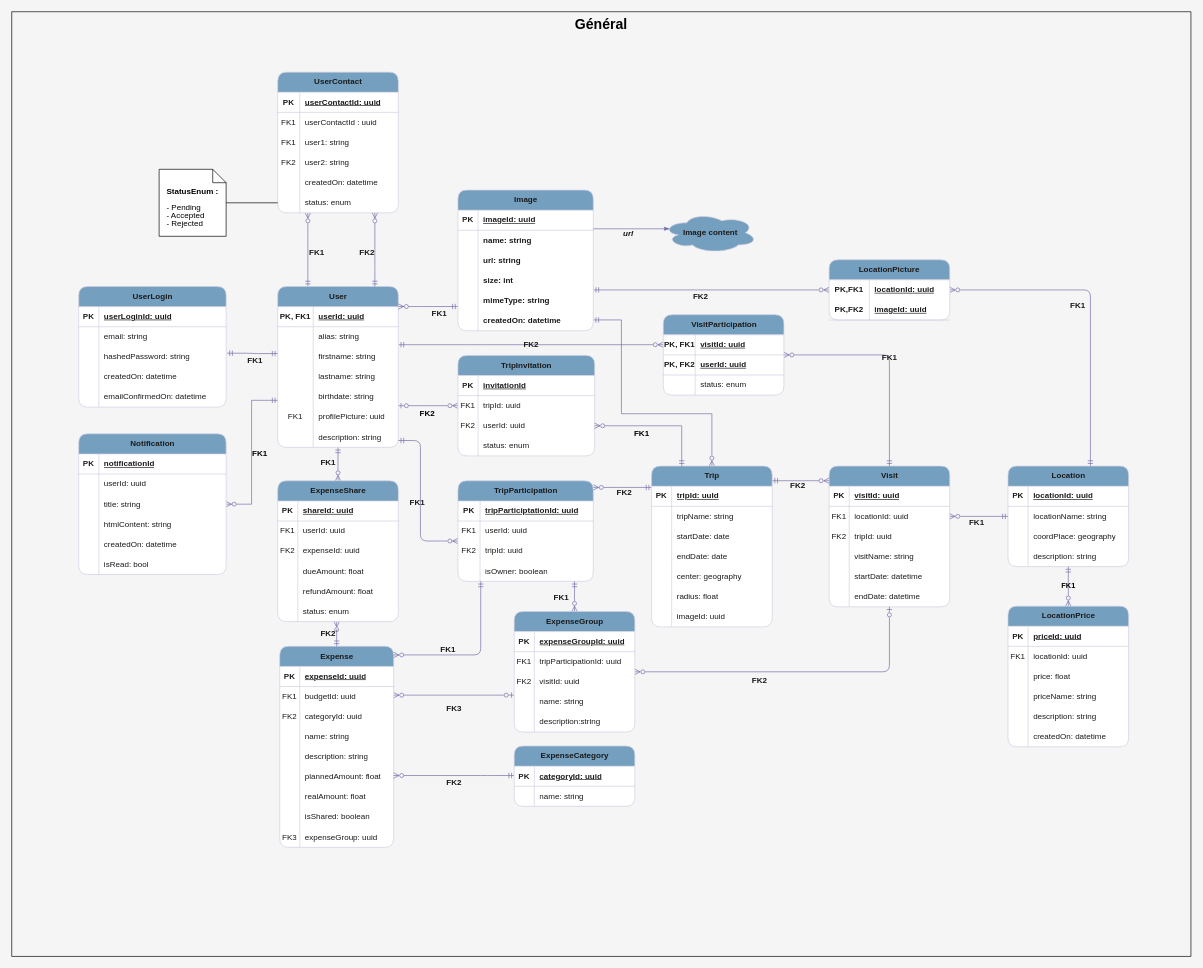
The draw.io diagram page "V4 - Évolution fonctionnalités" (1 of 5) of db/data_model.drawio in Yasmine2201/Trip-Planner, before the edit. Source tidied: cells renumbered, new cells numbered last; positions are measured from the earlier drawing's top-left corner, leaving out a move shared by most shapes. Both pictures are drawn from the tidied source at 67%, with x=0, y=0 at pixel (11, 11).
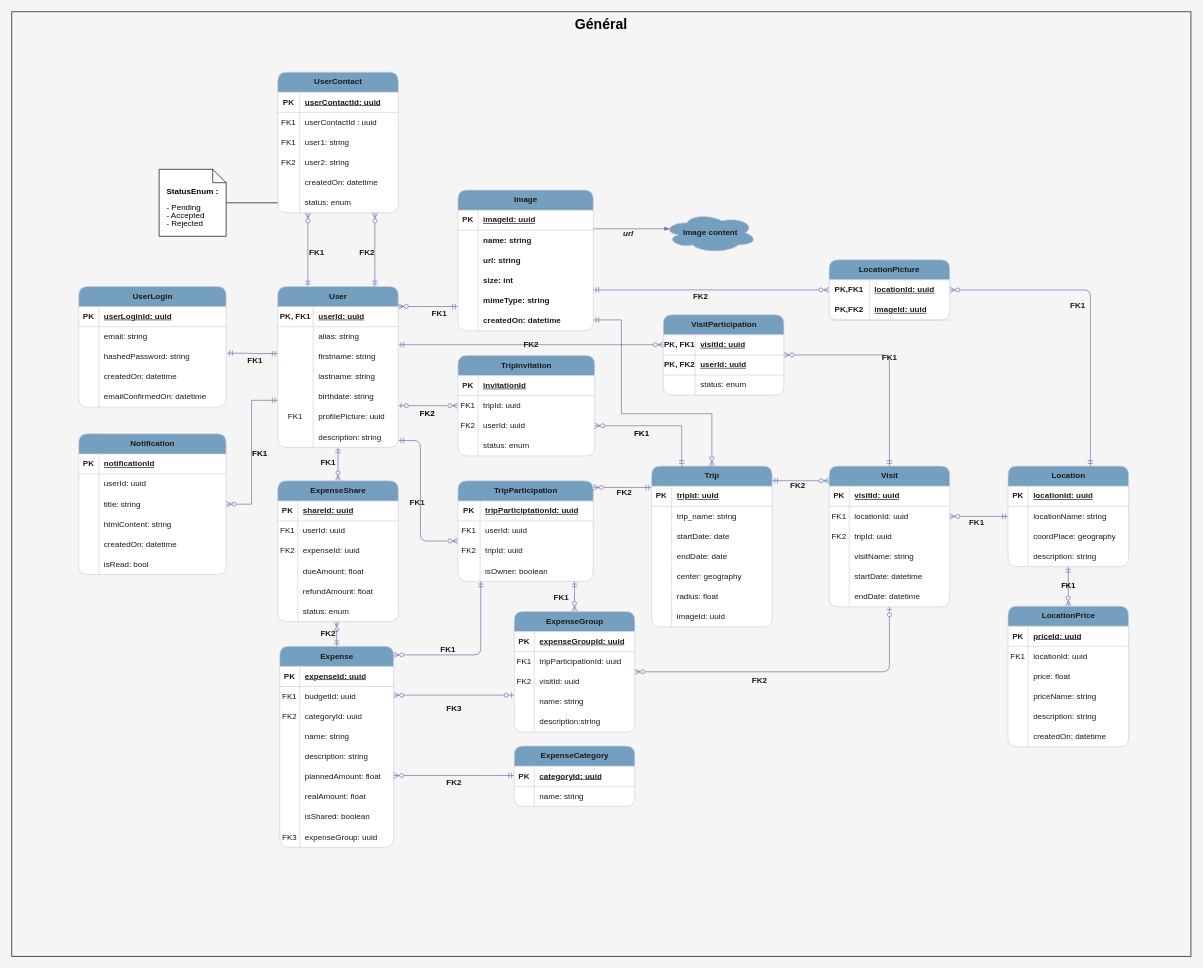
Above is the later version.

Unchanged cells that the change refers to:
```xml
<mxCell id="100" style="shape=tableRow;horizontal=0;startSize=0;swimlaneHead=0;swimlaneBody=0;fillColor=none;top=0;left=0;right=0;bottom=0;labelBackgroundColor=none;strokeColor=#D0CEE2;fontColor=#1A1A1A;rounded=1;" parent="96" vertex="1">
  <mxGeometry y="60" width="180" height="30" as="geometry" />
</mxCell>
```

The edit, as a diff of the source:
```diff
@@
-    <mxCell id="102" value="tripName: string" style="shape=partialRectangle;fillColor=none;top=0;left=0;bottom=0;right=0;align=left;spacingLeft=6;overflow=hidden;whiteSpace=wrap;html=1;labelBackgroundColor=none;strokeColor=#D0CEE2;fontColor=#1A1A1A;rounded=1;" parent="100" vertex="1">
+    <mxCell id="102" value="trip_name: string" style="shape=partialRectangle;fillColor=none;top=0;left=0;bottom=0;right=0;align=left;spacingLeft=6;overflow=hidden;whiteSpace=wrap;html=1;labelBackgroundColor=none;strokeColor=#D0CEE2;fontColor=#1A1A1A;rounded=1;" parent="100" vertex="1">
       <mxGeometry x="30" width="150" height="30" as="geometry" />
     </mxCell>
```
